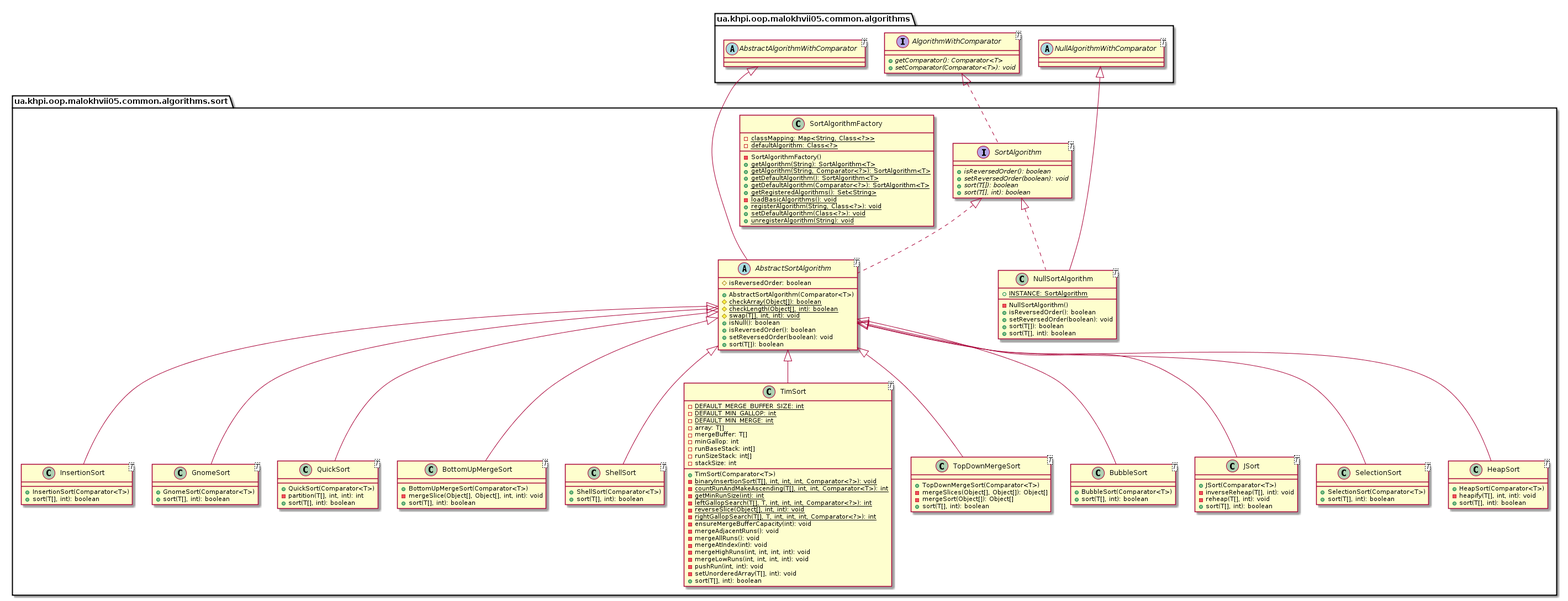
Before: malokhvii-eduard/malokhvii05/doc/plantuml/png/ua.khpi.oop.malokhvii05.common.algorithms.sort.package.png, a diagram exported from PlantUML (P-Kalin/kit26a).
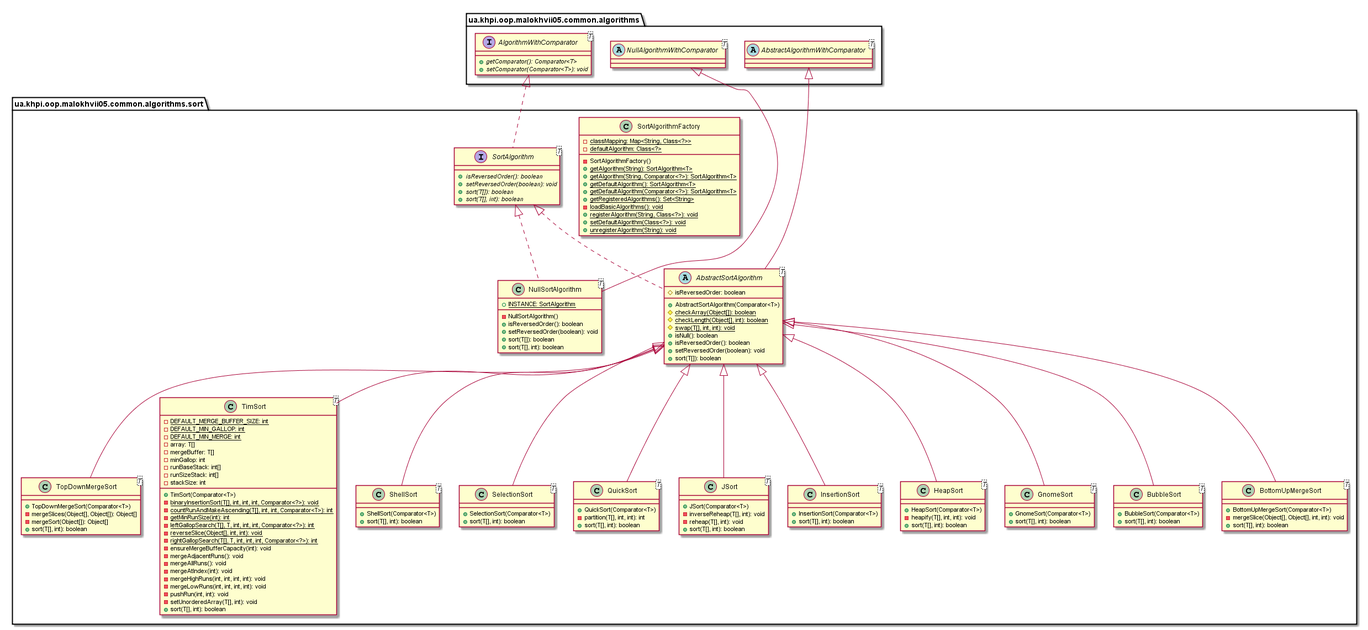
The same diagram one commit later.

Diff of the diagram source:
```diff
@@ -2,65 +2,11 @@
 
     namespace ua.khpi.oop.malokhvii05.common.algorithms.sort {
 
-        class InsertionSort<T> {
-            +InsertionSort(Comparator<T>)
+        class TopDownMergeSort<T> {
+            +TopDownMergeSort(Comparator<T>)
+            -mergeSlices(Object[], Object[]): Object[]
+            -mergeSort(Object[]): Object[]
             +sort(T[], int): boolean
-        }
-
-        class GnomeSort<T> {
-            +GnomeSort(Comparator<T>)
-            +sort(T[], int): boolean
-        }
-
-        abstract class AbstractSortAlgorithm<T> {
-            #isReversedOrder: boolean
-            +AbstractSortAlgorithm(Comparator<T>)
-            {static} #checkArray(Object[]): boolean
-            {static} #checkLength(Object[], int): boolean
-            {static} #swap(T[], int, int): void
-            +isNull(): boolean
-            +isReversedOrder(): boolean
-            +setReversedOrder(boolean): void
-            +sort(T[]): boolean
-        }
-
-        class QuickSort<T> {
-            +QuickSort(Comparator<T>)
-            -partition(T[], int, int): int
-            +sort(T[], int): boolean
-        }
-
-        interface SortAlgorithm<T> {
-            {abstract} +isReversedOrder(): boolean
-            {abstract} +setReversedOrder(boolean): void
-            {abstract} +sort(T[]): boolean
-            {abstract} +sort(T[], int): boolean
-        }
-
-        class BottomUpMergeSort<T> {
-            +BottomUpMergeSort(Comparator<T>)
-            -mergeSlice(Object[], Object[], int, int): void
-            +sort(T[], int): boolean
-        }
-
-        class ShellSort<T> {
-            +ShellSort(Comparator<T>)
-            +sort(T[], int): boolean
-        }
-
-        class SortAlgorithmFactory {
-            {static} -classMapping: Map<String, Class<?>>
-            {static} -defaultAlgorithm: Class<?>
-            -SortAlgorithmFactory()
-            {static} +getAlgorithm(String): SortAlgorithm<T>
-            {static} +getAlgorithm(String, Comparator<?>): SortAlgorithm<T>
-            {static} +getDefaultAlgorithm(): SortAlgorithm<T>
-            {static} +getDefaultAlgorithm(Comparator<?>): SortAlgorithm<T>
-            {static} +getRegisteredAlgorithms(): Set<String>
-            {static} -loadBasicAlgorithms(): void
-            {static} +registerAlgorithm(String, Class<?>): void
-            {static} +setDefaultAlgorithm(Class<?>): void
-            {static} +unregisterAlgorithm(String): void
         }
 
         class TimSort<T> {
@@ -91,22 +37,30 @@
             +sort(T[], int): boolean
         }
 
-        class TopDownMergeSort<T> {
-            +TopDownMergeSort(Comparator<T>)
-            -mergeSlices(Object[], Object[]): Object[]
-            -mergeSort(Object[]): Object[]
-            +sort(T[], int): boolean
+        class SortAlgorithmFactory {
+            {static} -classMapping: Map<String, Class<?>>
+            {static} -defaultAlgorithm: Class<?>
+            -SortAlgorithmFactory()
+            {static} +getAlgorithm(String): SortAlgorithm<T>
+            {static} +getAlgorithm(String, Comparator<?>): SortAlgorithm<T>
+            {static} +getDefaultAlgorithm(): SortAlgorithm<T>
+            {static} +getDefaultAlgorithm(Comparator<?>): SortAlgorithm<T>
+            {static} +getRegisteredAlgorithms(): Set<String>
+            {static} -loadBasicAlgorithms(): void
+            {static} +registerAlgorithm(String, Class<?>): void
+            {static} +setDefaultAlgorithm(Class<?>): void
+            {static} +unregisterAlgorithm(String): void
         }
 
-        class BubbleSort<T> {
-            +BubbleSort(Comparator<T>)
-            +sort(T[], int): boolean
+        interface SortAlgorithm<T> {
+            {abstract} +isReversedOrder(): boolean
+            {abstract} +setReversedOrder(boolean): void
+            {abstract} +sort(T[]): boolean
+            {abstract} +sort(T[], int): boolean
         }
 
-        class JSort<T> {
-            +JSort(Comparator<T>)
-            -inverseReheap(T[], int): void
-            -reheap(T[], int): void
+        class ShellSort<T> {
+            +ShellSort(Comparator<T>)
             +sort(T[], int): boolean
         }
 
@@ -115,9 +69,9 @@
             +sort(T[], int): boolean
         }
 
-        class HeapSort<T> {
-            +HeapSort(Comparator<T>)
-            -heapify(T[], int, int): void
+        class QuickSort<T> {
+            +QuickSort(Comparator<T>)
+            -partition(T[], int, int): int
             +sort(T[], int): boolean
         }
 
@@ -130,16 +84,55 @@
             +sort(T[], int): boolean
         }
 
-        AbstractSortAlgorithm <|-- InsertionSort
+        class JSort<T> {
+            +JSort(Comparator<T>)
+            -inverseReheap(T[], int): void
+            -reheap(T[], int): void
+            +sort(T[], int): boolean
+        }
 
-        AbstractSortAlgorithm <|-- GnomeSort
+        class InsertionSort<T> {
+            +InsertionSort(Comparator<T>)
+            +sort(T[], int): boolean
+        }
 
-        abstract class ua.khpi.oop.malokhvii05.common.algorithms.AbstractAlgorithmWithComparator<T>
-        ua.khpi.oop.malokhvii05.common.algorithms.AbstractAlgorithmWithComparator <|-- AbstractSortAlgorithm
+        class HeapSort<T> {
+            +HeapSort(Comparator<T>)
+            -heapify(T[], int, int): void
+            +sort(T[], int): boolean
+        }
 
-        SortAlgorithm <|.. AbstractSortAlgorithm
+        class GnomeSort<T> {
+            +GnomeSort(Comparator<T>)
+            +sort(T[], int): boolean
+        }
 
-        AbstractSortAlgorithm <|-- QuickSort
+        class BubbleSort<T> {
+            +BubbleSort(Comparator<T>)
+            +sort(T[], int): boolean
+        }
+
+        class BottomUpMergeSort<T> {
+            +BottomUpMergeSort(Comparator<T>)
+            -mergeSlice(Object[], Object[], int, int): void
+            +sort(T[], int): boolean
+        }
+
+        abstract class AbstractSortAlgorithm<T> {
+            #isReversedOrder: boolean
+            +AbstractSortAlgorithm(Comparator<T>)
+            {static} #checkArray(Object[]): boolean
+            {static} #checkLength(Object[], int): boolean
+            {static} #swap(T[], int, int): void
+            +isNull(): boolean
+            +isReversedOrder(): boolean
+            +setReversedOrder(boolean): void
+            +sort(T[]): boolean
+        }
+
+        AbstractSortAlgorithm <|-- TopDownMergeSort
+
+        AbstractSortAlgorithm <|-- TimSort
 
         interface ua.khpi.oop.malokhvii05.common.algorithms.AlgorithmWithComparator<T> {
             {abstract} +getComparator(): Comparator<T>
@@ -147,27 +140,34 @@
         }
         ua.khpi.oop.malokhvii05.common.algorithms.AlgorithmWithComparator <|.. SortAlgorithm
 
-        AbstractSortAlgorithm <|-- BottomUpMergeSort
-
         AbstractSortAlgorithm <|-- ShellSort
-
-        AbstractSortAlgorithm <|-- TimSort
-
-        AbstractSortAlgorithm <|-- TopDownMergeSort
-
-        AbstractSortAlgorithm <|-- BubbleSort
-
-        AbstractSortAlgorithm <|-- JSort
 
         AbstractSortAlgorithm <|-- SelectionSort
 
-        AbstractSortAlgorithm <|-- HeapSort
+        AbstractSortAlgorithm <|-- QuickSort
 
         abstract class ua.khpi.oop.malokhvii05.common.algorithms.NullAlgorithmWithComparator<T>
         ua.khpi.oop.malokhvii05.common.algorithms.NullAlgorithmWithComparator <|-- NullSortAlgorithm
 
         SortAlgorithm <|.. NullSortAlgorithm
 
+        AbstractSortAlgorithm <|-- JSort
+
+        AbstractSortAlgorithm <|-- InsertionSort
+
+        AbstractSortAlgorithm <|-- HeapSort
+
+        AbstractSortAlgorithm <|-- GnomeSort
+
+        AbstractSortAlgorithm <|-- BubbleSort
+
+        AbstractSortAlgorithm <|-- BottomUpMergeSort
+
+        abstract class ua.khpi.oop.malokhvii05.common.algorithms.AbstractAlgorithmWithComparator<T>
+        ua.khpi.oop.malokhvii05.common.algorithms.AbstractAlgorithmWithComparator <|-- AbstractSortAlgorithm
+
+        SortAlgorithm <|.. AbstractSortAlgorithm
+
     }
 
 @enduml
```
